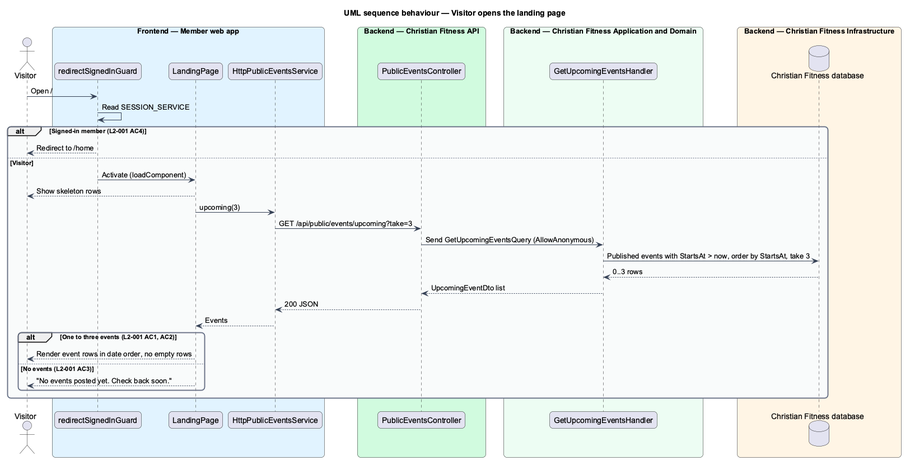
The PlantUML diagram docs/detailed-designs/member-access/view-landing-page/diagrams/sequence-view-landing.png in QuinntyneBrown/christian-fitness, before a commit.
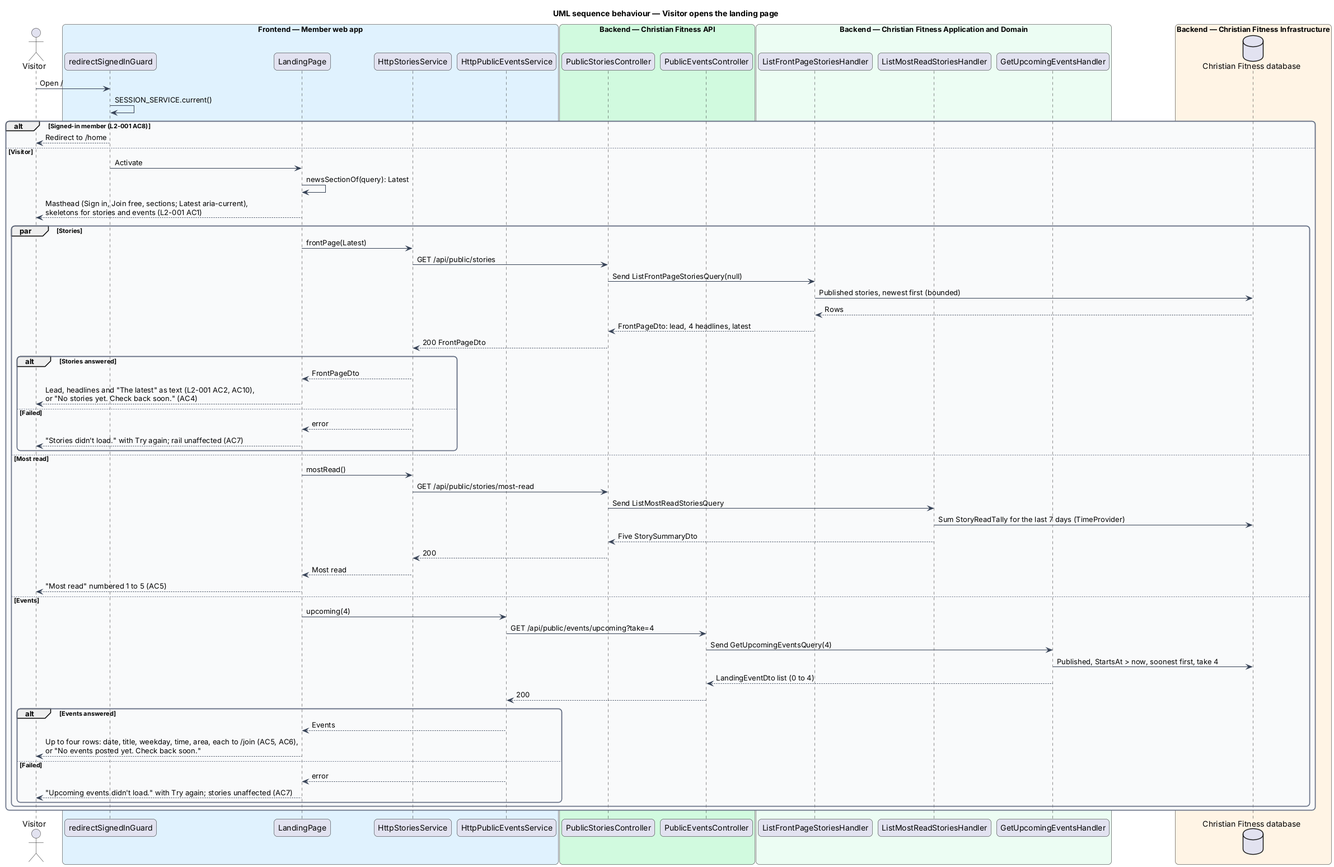
Above is the later version.

Diff of the diagram source:
```diff
@@ -18,36 +18,67 @@
 box "Frontend — Member web app" #E0F2FE
   participant "redirectSignedInGuard" as guard
   participant "LandingPage" as page
-  participant "HttpPublicEventsService" as client
+  participant "HttpStoriesService" as stories
+  participant "HttpPublicEventsService" as events
 end box
 box "Backend — Christian Fitness API" #D1FADF
-  participant "PublicEventsController" as ctrl
+  participant "PublicStoriesController" as sctrl
+  participant "PublicEventsController" as ectrl
 end box
 box "Backend — Christian Fitness Application and Domain" #ECFDF3
-  participant "GetUpcomingEventsHandler" as h
+  participant "ListFrontPageStoriesHandler" as front
+  participant "ListMostReadStoriesHandler" as most
+  participant "GetUpcomingEventsHandler" as up
 end box
 box "Backend — Christian Fitness Infrastructure" #FFF4E5
   database "Christian Fitness database" as db
 end box
 actor -> guard : Open /
-guard -> guard : Read SESSION_SERVICE
-alt Signed-in member (L2-001 AC4)
+guard -> guard : SESSION_SERVICE.current()
+alt Signed-in member (L2-001 AC8)
   guard --> actor : Redirect to /home
 else Visitor
-  guard -> page : Activate (loadComponent)
-  page --> actor : Show skeleton rows
-  page -> client : upcoming(3)
-  client -> ctrl : GET /api/public/events/upcoming?take=3
-  ctrl -> h : Send GetUpcomingEventsQuery (AllowAnonymous)
-  h -> db : Published events with StartsAt > now, order by StartsAt, take 3
-  db --> h : 0..3 rows
-  h --> ctrl : UpcomingEventDto list
-  ctrl --> client : 200 JSON
-  client --> page : Events
-  alt One to three events (L2-001 AC1, AC2)
-    page --> actor : Render event rows in date order, no empty rows
-  else No events (L2-001 AC3)
-    page --> actor : "No events posted yet. Check back soon."
+  guard -> page : Activate
+  page -> page : newsSectionOf(query): Latest
+  page --> actor : Masthead (Sign in, Join free, sections; Latest aria-current),\nskeletons for stories and events (L2-001 AC1)
+  par Stories
+    page -> stories : frontPage(Latest)
+    stories -> sctrl : GET /api/public/stories
+    sctrl -> front : Send ListFrontPageStoriesQuery(null)
+    front -> db : Published stories, newest first (bounded)
+    db --> front : Rows
+    front --> sctrl : FrontPageDto: lead, 4 headlines, latest
+    sctrl --> stories : 200 FrontPageDto
+    alt Stories answered
+      stories --> page : FrontPageDto
+      page --> actor : Lead, headlines and "The latest" as text (L2-001 AC2, AC10),\nor "No stories yet. Check back soon." (AC4)
+    else Failed
+      stories --> page : error
+      page --> actor : "Stories didn't load." with Try again; rail unaffected (AC7)
+    end
+  else Most read
+    page -> stories : mostRead()
+    stories -> sctrl : GET /api/public/stories/most-read
+    sctrl -> most : Send ListMostReadStoriesQuery
+    most -> db : Sum StoryReadTally for the last 7 days (TimeProvider)
+    most --> sctrl : Five StorySummaryDto
+    sctrl --> stories : 200
+    stories --> page : Most read
+    page --> actor : "Most read" numbered 1 to 5 (AC5)
+  else Events
+    page -> events : upcoming(4)
+    events -> ectrl : GET /api/public/events/upcoming?take=4
+    ectrl -> up : Send GetUpcomingEventsQuery(4)
+    up -> db : Published, StartsAt > now, soonest first, take 4
+    up --> ectrl : LandingEventDto list (0 to 4)
+    ectrl --> events : 200
+    alt Events answered
+      events --> page : Events
+      page --> actor : Up to four rows: date, title, weekday, time, area, each to /join (AC5, AC6),\nor "No events posted yet. Check back soon."
+    else Failed
+      events --> page : error
+      page --> actor : "Upcoming events didn't load." with Try again; stories unaffected (AC7)
+    end
   end
 end
 @enduml
```
